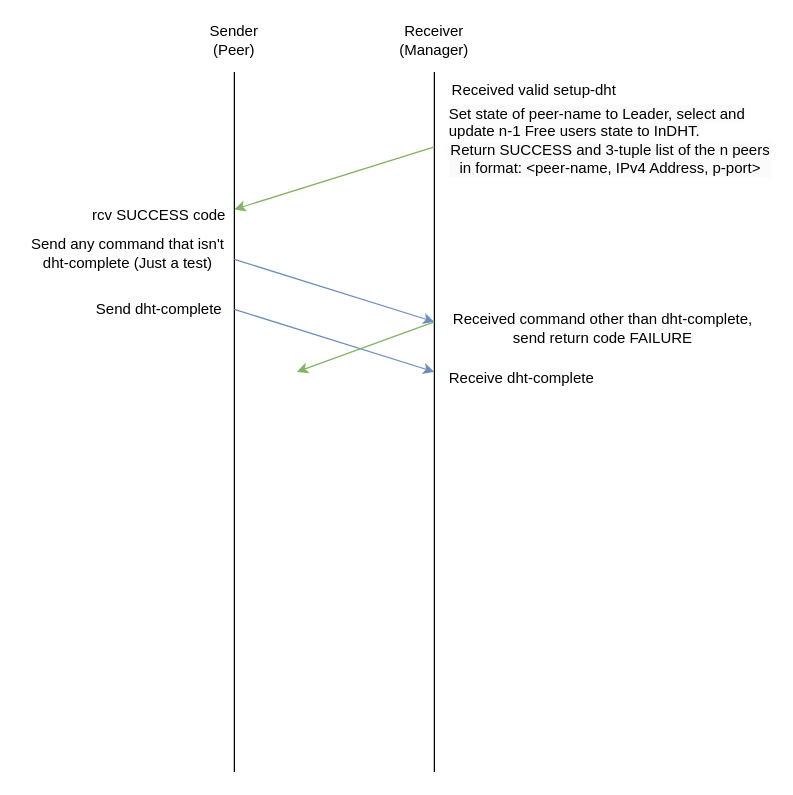
Before: TS3.drawio in TalonRoberts/cse360_helloworld, a draw.io diagram. Source tidied: cells renumbered, new cells numbered last; positions are measured from the earlier drawing's top-left corner, leaving out a move shared by most shapes. Both pictures are drawn from the tidied source at 125%, with x=0, y=0 at pixel (28, 21).
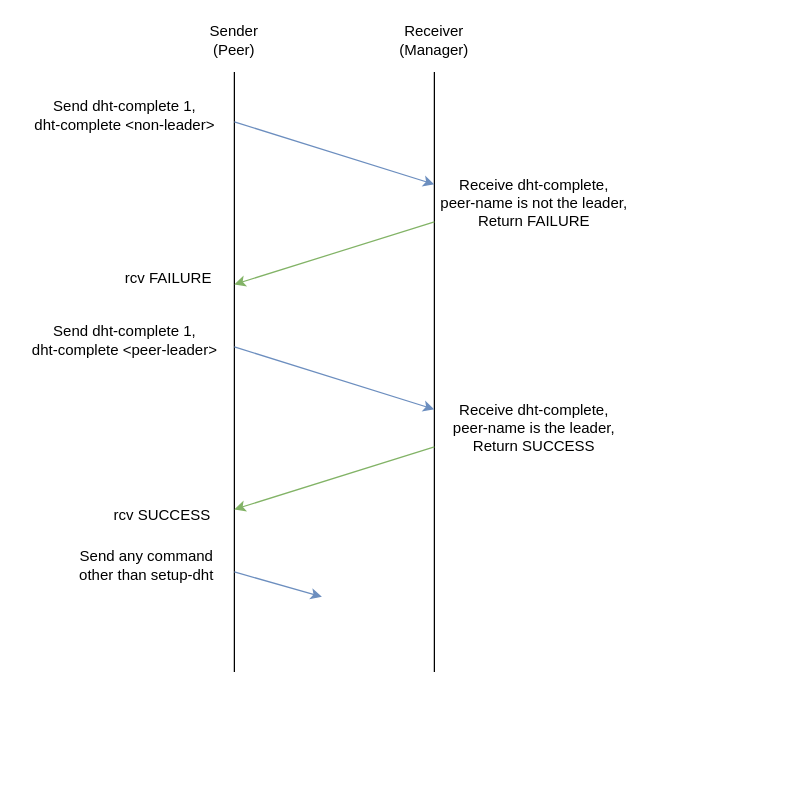
After the change.

Diff of the diagram source:
```diff
@@
     <mxCell id="2" style="endArrow=none;html=1;rounded=0;" parent="1" edge="1">
       <mxGeometry relative="1" as="geometry">
-        <mxPoint x="165" y="600" as="sourcePoint" />
+        <mxPoint x="165" y="520" as="sourcePoint" />
         <mxPoint x="165" y="40" as="targetPoint" />
       </mxGeometry>
     </mxCell>
     <mxCell id="3" style="endArrow=none;html=1;rounded=0;" parent="1" edge="1">
       <mxGeometry relative="1" as="geometry">
-        <mxPoint x="325" y="600" as="sourcePoint" />
+        <mxPoint x="325" y="520" as="sourcePoint" />
         <mxPoint x="325" y="40" as="targetPoint" />
       </mxGeometry>
     </mxCell>
@@
-    <mxCell id="6" style="endArrow=classic;html=1;rounded=0;fillColor=#d5e8d4;strokeColor=#82b366;" parent="1" edge="1">
-      <mxGeometry relative="1" as="geometry">
-        <mxPoint x="325" y="100" as="sourcePoint" />
-        <mxPoint x="165" y="150" as="targetPoint" />
-      </mxGeometry>
-    </mxCell>
-    <mxCell id="7" value="rcv SUCCESS code" style="text;strokeColor=none;align=center;fillColor=none;html=1;verticalAlign=middle;whiteSpace=wrap;rounded=0;" parent="1" vertex="1">
-      <mxGeometry x="50" y="140" width="110" height="30" as="geometry" />
-    </mxCell>
-    <mxCell id="8" value="&lt;span style=&quot;color: rgb(0, 0, 0); font-family: Helvetica; font-size: 12px; font-style: normal; font-variant-ligatures: normal; font-variant-caps: normal; font-weight: 400; letter-spacing: normal; orphans: 2; text-align: center; text-indent: 0px; text-transform: none; widows: 2; word-spacing: 0px; -webkit-text-stroke-width: 0px; white-space: normal; background-color: rgb(251, 251, 251); text-decoration-thickness: initial; text-decoration-style: initial; text-decoration-color: initial; float: none; display: inline !important;&quot;&gt;Set state of peer-name to Leader, select and update n-1 Free users state to InDHT.&lt;/span&gt;&lt;div style=&quot;--tw-border-spacing-x: 0; --tw-border-spacing-y: 0; --tw-translate-x: 0; --tw-translate-y: 0; --tw-rotate: 0; --tw-skew-x: 0; --tw-skew-y: 0; --tw-scale-x: 1; --tw-scale-y: 1; --tw-pan-x: ; --tw-pan-y: ; --tw-pinch-zoom: ; --tw-scroll-snap-strictness: proximity; --tw-gradient-from-position: ; --tw-gradient-via-position: ; --tw-gradient-to-position: ; --tw-ordinal: ; --tw-slashed-zero: ; --tw-numeric-figure: ; --tw-numeric-spacing: ; --tw-numeric-fraction: ; --tw-ring-inset: ; --tw-ring-offset-width: 0px; --tw-ring-offset-color: light-dark(#fff, #000000); --tw-ring-color: rgb(59 130 246 / .5); --tw-ring-offset-shadow: 0 0 #0000; --tw-ring-shadow: 0 0 #0000; --tw-shadow: 0 0 #0000; --tw-shadow-colored: 0 0 #0000; --tw-blur: ; --tw-brightness: ; --tw-contrast: ; --tw-grayscale: ; --tw-hue-rotate: ; --tw-invert: ; --tw-saturate: ; --tw-sepia: ; --tw-drop-shadow: ; --tw-backdrop-blur: ; --tw-backdrop-brightness: ; --tw-backdrop-contrast: ; --tw-backdrop-grayscale: ; --tw-backdrop-hue-rotate: ; --tw-backdrop-invert: ; --tw-backdrop-opacity: ; --tw-backdrop-saturate: ; --tw-backdrop-sepia: ; forced-color-adjust: none; color: rgb(0, 0, 0); font-family: Helvetica; font-size: 12px; font-style: normal; font-variant-ligatures: normal; font-variant-caps: normal; font-weight: 400; letter-spacing: normal; orphans: 2; text-align: center; text-indent: 0px; text-transform: none; widows: 2; word-spacing: 0px; -webkit-text-stroke-width: 0px; white-space: normal; background-color: rgb(251, 251, 251); text-decoration-thickness: initial; text-decoration-style: initial; text-decoration-color: initial;&quot;&gt;Return SUCCESS and 3-tuple list of the n peers in format: &amp;lt;peer-name, IPv4 Address, p-port&amp;gt;&lt;/div&gt;" style="text;whiteSpace=wrap;html=1;" parent="1" vertex="1">
-      <mxGeometry x="335" y="60" width="260" height="110" as="geometry" />
-    </mxCell>
-    <mxCell id="9" value="Send dht-complete" style="text;strokeColor=none;align=center;fillColor=none;html=1;verticalAlign=middle;whiteSpace=wrap;rounded=0;" parent="1" vertex="1">
-      <mxGeometry x="50" y="215" width="110" height="30" as="geometry" />
+    <mxCell id="9" value="Send dht-complete 1,&lt;div&gt;dht-complete &amp;lt;non-leader&amp;gt;&lt;/div&gt;" style="text;strokeColor=none;align=center;fillColor=none;html=1;verticalAlign=middle;whiteSpace=wrap;rounded=0;" parent="1" vertex="1">
+      <mxGeometry x="-5" y="60" width="165" height="30" as="geometry" />
     </mxCell>
-    <mxCell id="10" style="endArrow=classic;html=1;rounded=0;fillColor=#dae8fc;strokeColor=#6c8ebf;" parent="1" edge="1">
-      <mxGeometry relative="1" as="geometry">
-        <mxPoint x="165" y="190" as="sourcePoint" />
-        <mxPoint x="325" y="240" as="targetPoint" />
-      </mxGeometry>
-    </mxCell>
-    <mxCell id="11" value="Send any command that isn't dht-complete (Just a test)" style="text;strokeColor=none;align=center;fillColor=none;html=1;verticalAlign=middle;whiteSpace=wrap;rounded=0;" parent="1" vertex="1">
-      <mxGeometry y="170" width="160" height="30" as="geometry" />
-    </mxCell>
     <mxCell id="12" style="endArrow=classic;html=1;rounded=0;fillColor=#dae8fc;strokeColor=#6c8ebf;" parent="1" edge="1">
       <mxGeometry relative="1" as="geometry">
-        <mxPoint x="165" y="230" as="sourcePoint" />
-        <mxPoint x="325" y="280" as="targetPoint" />
+        <mxPoint x="165" y="80" as="sourcePoint" />
+        <mxPoint x="325" y="130" as="targetPoint" />
       </mxGeometry>
     </mxCell>
-    <mxCell id="13" value="Received command other than dht-complete, send return code FAILURE" style="text;strokeColor=none;align=center;fillColor=none;html=1;verticalAlign=middle;whiteSpace=wrap;rounded=0;" parent="1" vertex="1">
-      <mxGeometry x="335" y="230" width="250" height="30" as="geometry" />
-    </mxCell>
-    <mxCell id="14" value="Receive dht-complete" style="text;strokeColor=none;align=center;fillColor=none;html=1;verticalAlign=middle;whiteSpace=wrap;rounded=0;" parent="1" vertex="1">
-      <mxGeometry x="335" y="270" width="120" height="30" as="geometry" />
+    <mxCell id="14" value="Receive dht-complete,&lt;div&gt;peer-name is not the leader,&lt;div style=&quot;--tw-scale-x: 1; --tw-scale-y: 1; --tw-pan-x: ; --tw-pan-y: ; --tw-pinch-zoom: ; --tw-scroll-snap-strictness: proximity; --tw-gradient-from-position: ; --tw-gradient-via-position: ; --tw-gradient-to-position: ; --tw-ordinal: ; --tw-slashed-zero: ; --tw-numeric-figure: ; --tw-numeric-spacing: ; --tw-numeric-fraction: ; --tw-ring-inset: ; --tw-ring-offset-width: 0px; --tw-ring-offset-color: #fff; --tw-ring-color: rgb(59 130 246 / .5); --tw-ring-offset-shadow: 0 0 #0000; --tw-ring-shadow: 0 0 #0000; --tw-shadow: 0 0 #0000; --tw-shadow-colored: 0 0 #0000; --tw-blur: ; --tw-brightness: ; --tw-contrast: ; --tw-grayscale: ; --tw-hue-rotate: ; --tw-invert: ; --tw-saturate: ; --tw-sepia: ; --tw-drop-shadow: ; --tw-backdrop-blur: ; --tw-backdrop-brightness: ; --tw-backdrop-contrast: ; --tw-backdrop-grayscale: ; --tw-backdrop-hue-rotate: ; --tw-backdrop-invert: ; --tw-backdrop-opacity: ; --tw-backdrop-saturate: ; --tw-backdrop-sepia: ;&quot;&gt;Return FAILURE&lt;/div&gt;&lt;/div&gt;" style="text;strokeColor=none;align=center;fillColor=none;html=1;verticalAlign=middle;whiteSpace=wrap;rounded=0;" parent="1" vertex="1">
+      <mxGeometry x="325" y="130" width="160" height="30" as="geometry" />
     </mxCell>
-    <mxCell id="15" style="endArrow=classic;html=1;rounded=0;fillColor=#d5e8d4;strokeColor=#82b366;" parent="1" edge="1">
-      <mxGeometry relative="1" as="geometry">
-        <mxPoint x="325" y="240" as="sourcePoint" />
-        <mxPoint x="215" y="280" as="targetPoint" />
-      </mxGeometry>
-    </mxCell>
-    <mxCell id="16" value="Received valid setup-dht" style="text;strokeColor=none;align=center;fillColor=none;html=1;verticalAlign=middle;whiteSpace=wrap;rounded=0;" parent="1" vertex="1">
-      <mxGeometry x="335" y="40" width="140" height="30" as="geometry" />
-    </mxCell>
+    <mxCell id="17" style="endArrow=classic;html=1;rounded=0;fillColor=#d5e8d4;strokeColor=#82b366;entryX=1;entryY=0;entryDx=0;entryDy=0;" parent="1" edge="1">
+      <mxGeometry relative="1" as="geometry">
+        <mxPoint x="325" y="160" as="sourcePoint" />
+        <mxPoint x="165" y="210" as="targetPoint" />
+      </mxGeometry>
+    </mxCell>
+    <mxCell id="18" value="Send dht-complete 1,&lt;div&gt;dht-complete &amp;lt;peer-leader&amp;gt;&lt;/div&gt;" style="text;strokeColor=none;align=center;fillColor=none;html=1;verticalAlign=middle;whiteSpace=wrap;rounded=0;" parent="1" vertex="1">
+      <mxGeometry x="-5" y="240" width="165" height="30" as="geometry" />
+    </mxCell>
+    <mxCell id="19" value="rcv FAILURE" style="text;strokeColor=none;align=center;fillColor=none;html=1;verticalAlign=middle;whiteSpace=wrap;rounded=0;" parent="1" vertex="1">
+      <mxGeometry x="75" y="190" width="75" height="30" as="geometry" />
+    </mxCell>
+    <mxCell id="20" style="endArrow=classic;html=1;rounded=0;fillColor=#dae8fc;strokeColor=#6c8ebf;" parent="1" edge="1">
+      <mxGeometry relative="1" as="geometry">
+        <mxPoint x="165" y="260" as="sourcePoint" />
+        <mxPoint x="325" y="310" as="targetPoint" />
+      </mxGeometry>
+    </mxCell>
+    <mxCell id="21" value="Receive dht-complete,&lt;div&gt;peer-name is the leader,&lt;div style=&quot;--tw-scale-x: 1; --tw-scale-y: 1; --tw-pan-x: ; --tw-pan-y: ; --tw-pinch-zoom: ; --tw-scroll-snap-strictness: proximity; --tw-gradient-from-position: ; --tw-gradient-via-position: ; --tw-gradient-to-position: ; --tw-ordinal: ; --tw-slashed-zero: ; --tw-numeric-figure: ; --tw-numeric-spacing: ; --tw-numeric-fraction: ; --tw-ring-inset: ; --tw-ring-offset-width: 0px; --tw-ring-offset-color: light-dark(#fff, #000000); --tw-ring-color: rgb(59 130 246 / .5); --tw-ring-offset-shadow: 0 0 #0000; --tw-ring-shadow: 0 0 #0000; --tw-shadow: 0 0 #0000; --tw-shadow-colored: 0 0 #0000; --tw-blur: ; --tw-brightness: ; --tw-contrast: ; --tw-grayscale: ; --tw-hue-rotate: ; --tw-invert: ; --tw-saturate: ; --tw-sepia: ; --tw-drop-shadow: ; --tw-backdrop-blur: ; --tw-backdrop-brightness: ; --tw-backdrop-contrast: ; --tw-backdrop-grayscale: ; --tw-backdrop-hue-rotate: ; --tw-backdrop-invert: ; --tw-backdrop-opacity: ; --tw-backdrop-saturate: ; --tw-backdrop-sepia: ;&quot;&gt;Return SUCCESS&lt;/div&gt;&lt;/div&gt;" style="text;strokeColor=none;align=center;fillColor=none;html=1;verticalAlign=middle;whiteSpace=wrap;rounded=0;" parent="1" vertex="1">
+      <mxGeometry x="325" y="310" width="160" height="30" as="geometry" />
+    </mxCell>
+    <mxCell id="22" style="endArrow=classic;html=1;rounded=0;fillColor=#d5e8d4;strokeColor=#82b366;entryX=1;entryY=0;entryDx=0;entryDy=0;" parent="1" edge="1">
+      <mxGeometry relative="1" as="geometry">
+        <mxPoint x="325" y="340" as="sourcePoint" />
+        <mxPoint x="165" y="390" as="targetPoint" />
+      </mxGeometry>
+    </mxCell>
+    <mxCell id="23" value="rcv SUCCESS" style="text;strokeColor=none;align=center;fillColor=none;html=1;verticalAlign=middle;whiteSpace=wrap;rounded=0;" parent="1" vertex="1">
+      <mxGeometry x="65" y="380" width="85" height="30" as="geometry" />
+    </mxCell>
+    <mxCell id="24" value="Send any command other than setup-dht" style="text;strokeColor=none;align=center;fillColor=none;html=1;verticalAlign=middle;whiteSpace=wrap;rounded=0;" parent="1" vertex="1">
+      <mxGeometry x="35" y="420" width="120" height="30" as="geometry" />
+    </mxCell>
+    <mxCell id="25" style="endArrow=classic;html=1;rounded=0;fillColor=#dae8fc;strokeColor=#6c8ebf;" parent="1" edge="1">
+      <mxGeometry relative="1" as="geometry">
+        <mxPoint x="165" y="440" as="sourcePoint" />
+        <mxPoint x="235" y="460" as="targetPoint" />
+      </mxGeometry>
+    </mxCell>
```
